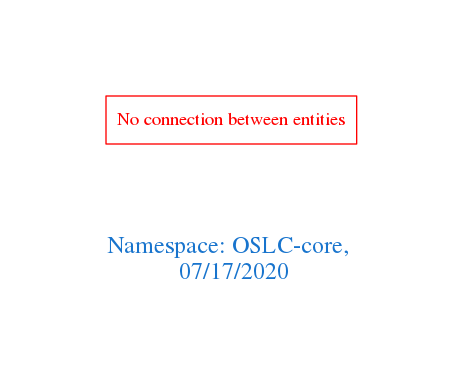
Before: downloads/OSLC-core.png, a diagram exported from Graphviz (arago/OGIT). Its source is kept beside it as downloads/OSLC-core.dot.
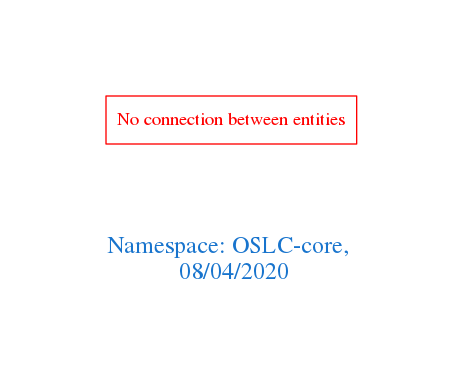
The same file after the commit.

The edit, as a diff of the source:
```diff
@@ -1,7 +1,7 @@
 digraph OGIT_ontology {
  graph [ rankdir= LR,pad=1
 fontsize = 18,
-fontcolor= dodgerblue3,label = "\n\n\nNamespace: OSLC-core, \n 07/17/2020"];
+fontcolor= dodgerblue3,label = "\n\n\nNamespace: OSLC-core, \n 08/04/2020"];
 node[shape=polygon];
 edge [  color="gray81"];
 
```
